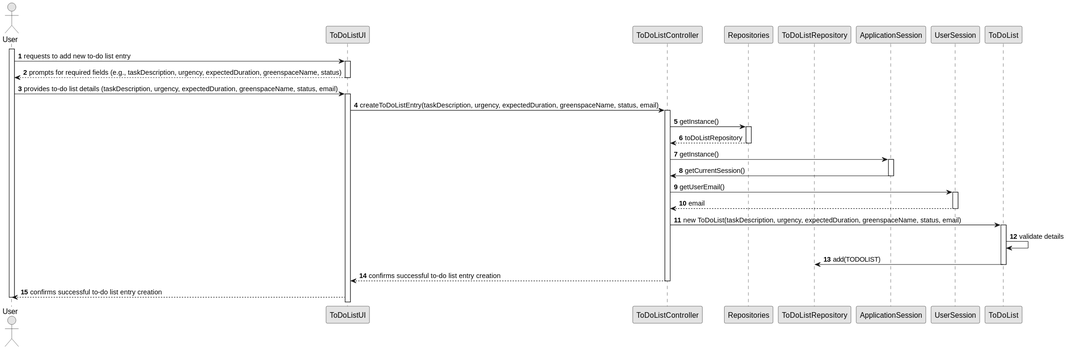
This is docs/sprintC/us021/03.design/svg/us021-sequence-diagram-full.svg from Departamento-de-Engenharia-Informatica/greenspace-management, a PlantUML export, as it was before one commit.
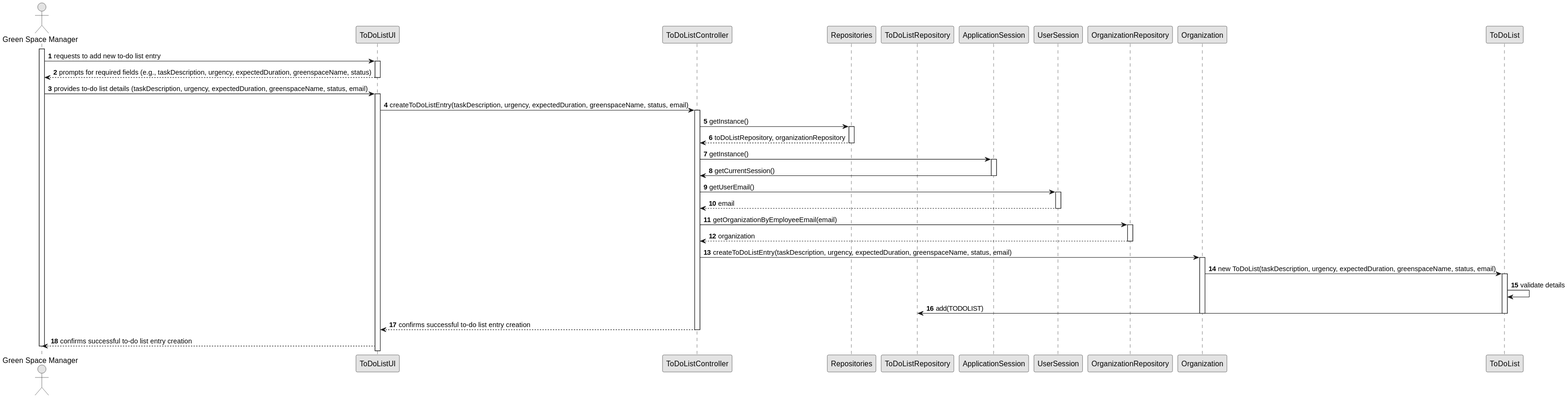
Later version of the same file.

Diff of the diagram source:
```diff
@@ -5,13 +5,15 @@
 
 autonumber
 
-actor "User" as USER
+actor "Green Space Manager" as USER
 participant "ToDoListUI" as UI
 participant "ToDoListController" as CTRL
 participant "Repositories" as Repositories
 participant "ToDoListRepository" as ToDoListRepository
 participant "ApplicationSession" as APP
 participant "UserSession" as SESSION
+participant "OrganizationRepository" as OrganizationRepository
+participant "Organization" as ORGANIZATION
 participant "ToDoList" as TODOLIST
 
 activate USER
@@ -31,7 +33,7 @@
             CTRL -> Repositories : getInstance()
             activate Repositories
 
-                Repositories --> CTRL : toDoListRepository
+                Repositories --> CTRL : toDoListRepository, organizationRepository
             deactivate Repositories
 
             CTRL -> APP: getInstance()
@@ -46,12 +48,23 @@
                 SESSION --> CTRL: email
             deactivate SESSION
 
-            CTRL -> TODOLIST : new ToDoList(taskDescription, urgency, expectedDuration, greenspaceName, status, email)
-            activate TODOLIST
+            CTRL -> OrganizationRepository : getOrganizationByEmployeeEmail(email)
+            activate OrganizationRepository
 
-                TODOLIST -> TODOLIST : validate details
-                TODOLIST -> ToDoListRepository : add(TODOLIST)
-            deactivate TODOLIST
+                OrganizationRepository --> CTRL : organization
+            deactivate OrganizationRepository
+
+            CTRL -> ORGANIZATION : createToDoListEntry(taskDescription, urgency, expectedDuration, greenspaceName, status, email)
+            activate ORGANIZATION
+
+                ORGANIZATION -> TODOLIST : new ToDoList(taskDescription, urgency, expectedDuration, greenspaceName, status, email)
+                activate TODOLIST
+
+                    TODOLIST -> TODOLIST : validate details
+                    TODOLIST -> ToDoListRepository : add(TODOLIST)
+                deactivate TODOLIST
+
+            deactivate ORGANIZATION
 
             CTRL --> UI : confirms successful to-do list entry creation
     deactivate CTRL
```
